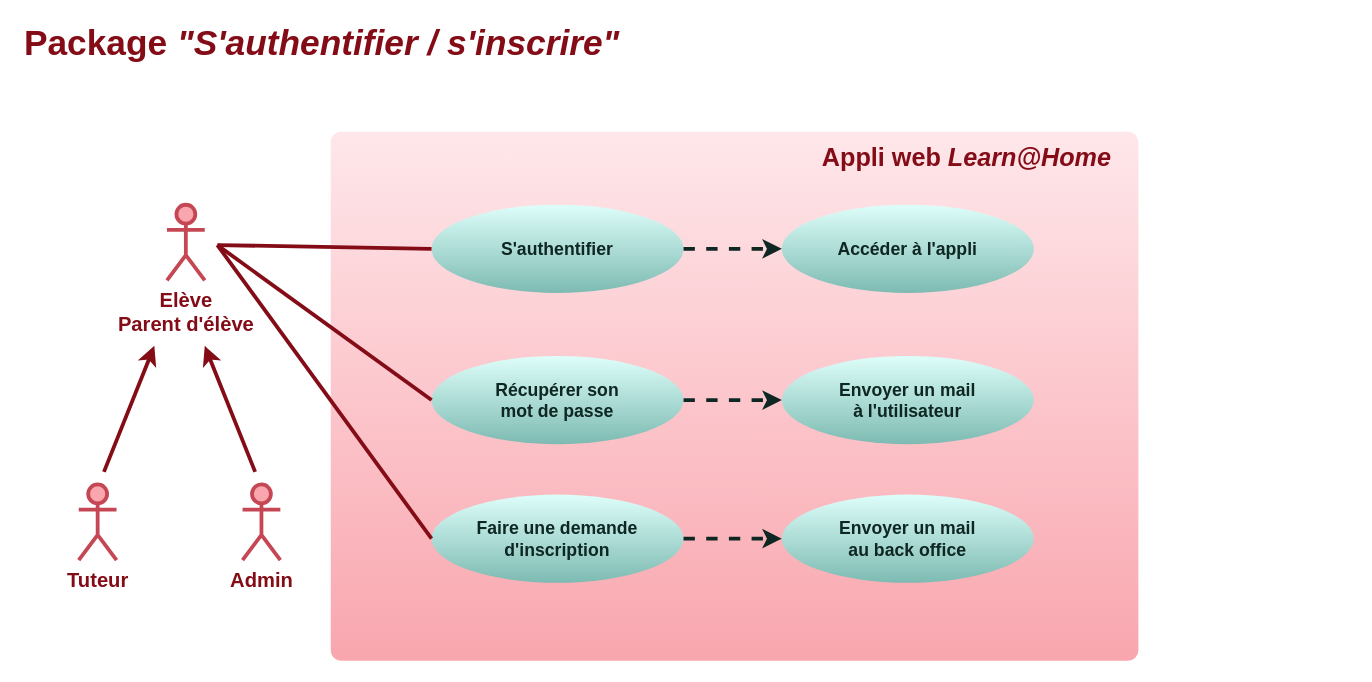
This is doc/use-cases-authenticate.drawio from logic-fabric/LoicMangin_10_01052021, a draw.io file, before an edit. Source tidied: cells renumbered, new cells numbered last; positions are measured from the earlier drawing's top-left corner, leaving out a move shared by most shapes. Both pictures are drawn from the tidied source at 126%, with x=0, y=0 at pixel (21, 30).
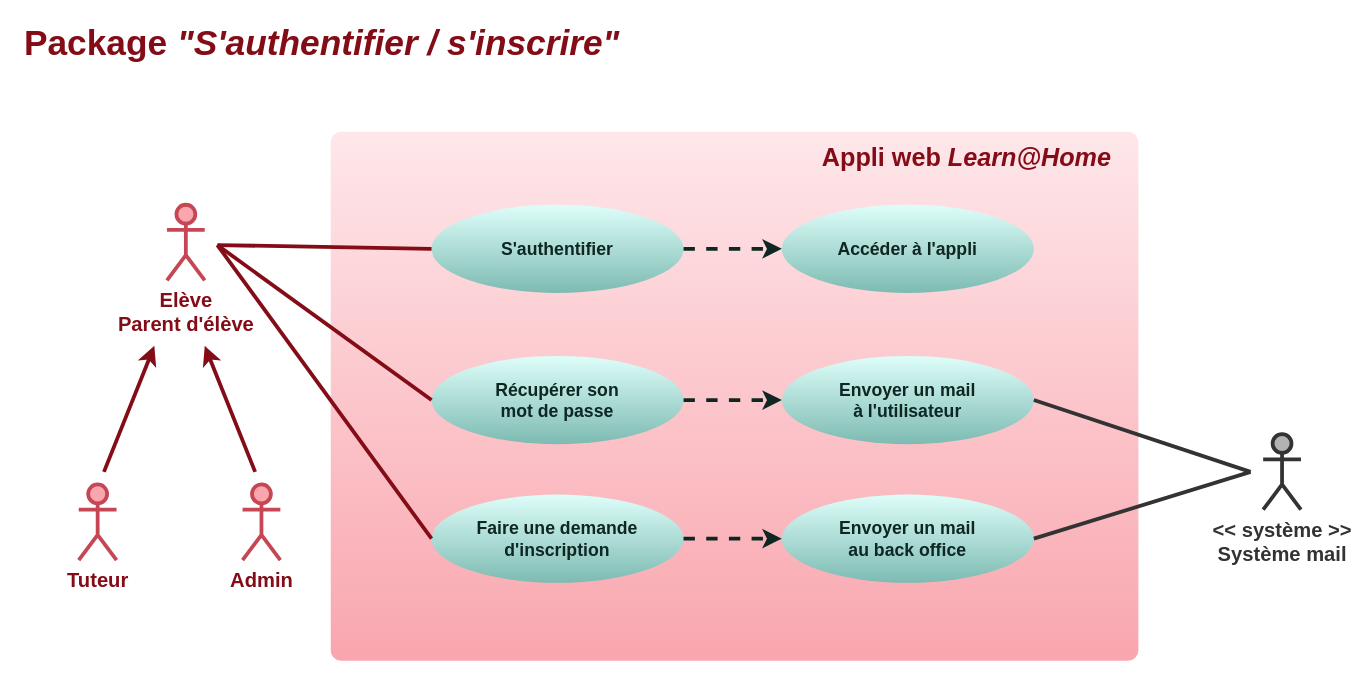
The same diagram, later.

Commit message (it also covers changes not shown here):
doc: add << system mail >> on use cases diagrams

Unchanged cells that the change refers to:
```xml
<mxCell id="11" value="&lt;font style=&quot;font-size: 14px&quot;&gt;&lt;b&gt;Envoyer un mail&lt;br&gt;à l'utilisateur&lt;br&gt;&lt;/b&gt;&lt;/font&gt;" style="ellipse;whiteSpace=wrap;html=1;rounded=1;strokeWidth=3;fontColor=#0e2723;strokeColor=none;fillColor=#defefa;gradientColor=#7dbbb2;" parent="1" vertex="1">
  <mxGeometry x="603" y="258" width="200" height="70" as="geometry" />
</mxCell>
<mxCell id="12" value="&lt;font style=&quot;font-size: 14px&quot;&gt;&lt;b&gt;Envoyer un mail&lt;br&gt;au back office&lt;br&gt;&lt;/b&gt;&lt;/font&gt;" style="ellipse;whiteSpace=wrap;html=1;rounded=1;strokeWidth=3;fontColor=#0e2723;strokeColor=none;fillColor=#defefa;gradientColor=#7dbbb2;" parent="1" vertex="1">
  <mxGeometry x="603" y="368" width="200" height="70" as="geometry" />
</mxCell>
```

The edit, as a diff of the source:
```diff
@@
+    <mxCell id="22" value="&lt;font style=&quot;font-size: 16px&quot;&gt;&amp;lt;&amp;lt; système &amp;gt;&amp;gt;&lt;br&gt;Système mail&lt;br&gt;&lt;/font&gt;" style="shape=umlActor;verticalLabelPosition=bottom;verticalAlign=top;html=1;strokeWidth=3;fontStyle=1;fontColor=#333333;strokeColor=#333333;fillColor=#B3B3B3;" parent="1" vertex="1">
+      <mxGeometry x="985" y="320" width="30" height="60" as="geometry" />
+    </mxCell>
+    <mxCell id="23" style="endArrow=none;html=1;fontColor=#0e2723;strokeWidth=3;exitX=1;exitY=0.5;exitDx=0;exitDy=0;strokeColor=#333333;" parent="1" edge="1" source="11">
+      <mxGeometry relative="1" as="geometry">
+        <mxPoint x="975" y="350" as="targetPoint" />
+      </mxGeometry>
+    </mxCell>
+    <mxCell id="24" style="endArrow=none;html=1;fontColor=#0e2723;strokeWidth=3;exitX=1;exitY=0.5;exitDx=0;exitDy=0;strokeColor=#333333;" parent="1" edge="1" source="12">
+      <mxGeometry relative="1" as="geometry">
+        <mxPoint x="975" y="350" as="targetPoint" />
+      </mxGeometry>
+    </mxCell>
```
